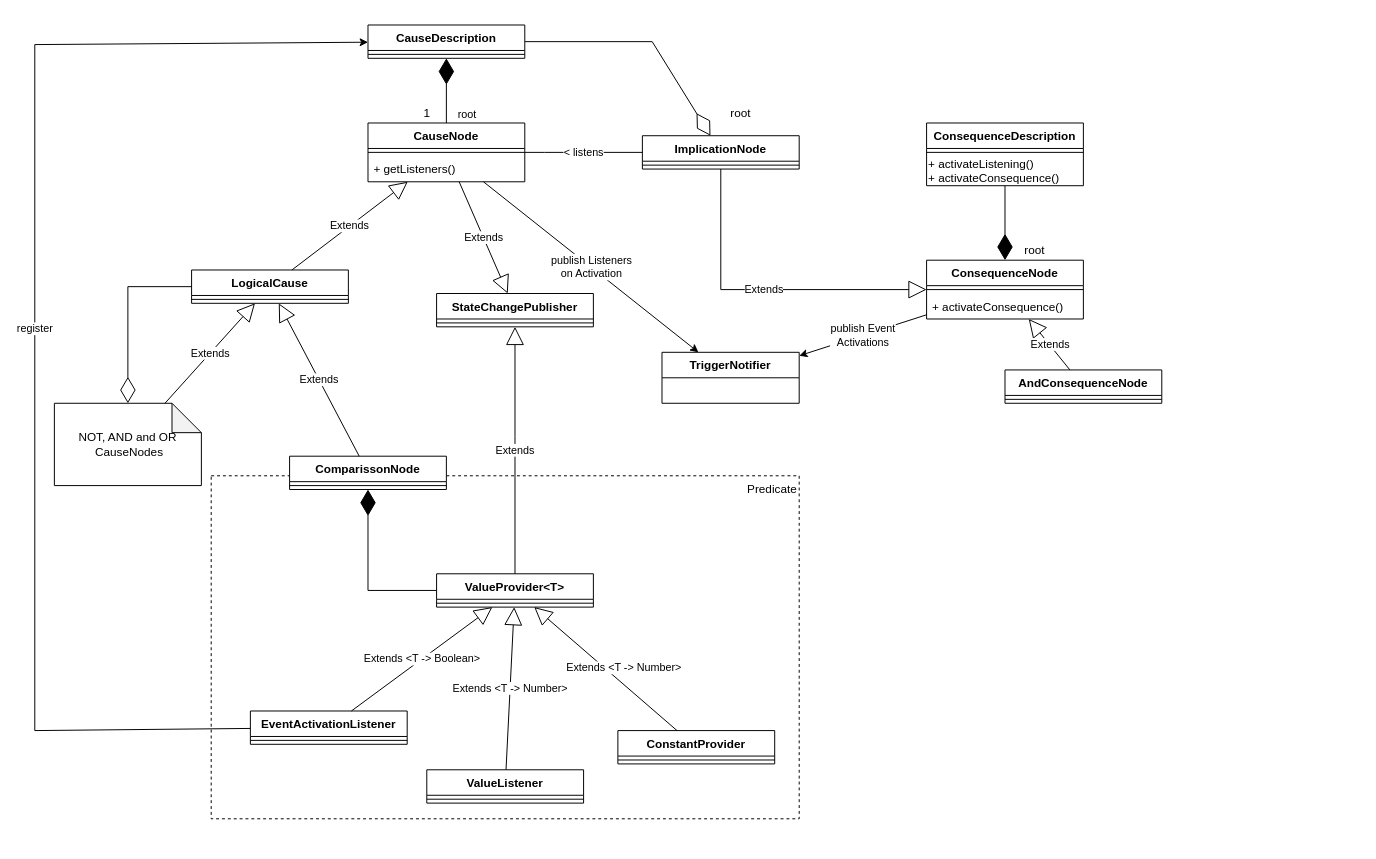
Cambio-Project/TL-Tea keeps this draw.io diagram as TLTeaInterprtationClasses.drawio. Above is the earlier version. Source tidied: cells renumbered, new cells numbered last; positions are measured from the earlier drawing's top-left corner, leaving out a move shared by most shapes. Both pictures are drawn from the tidied source at 98%, with x=0, y=0 at pixel (34, 24).
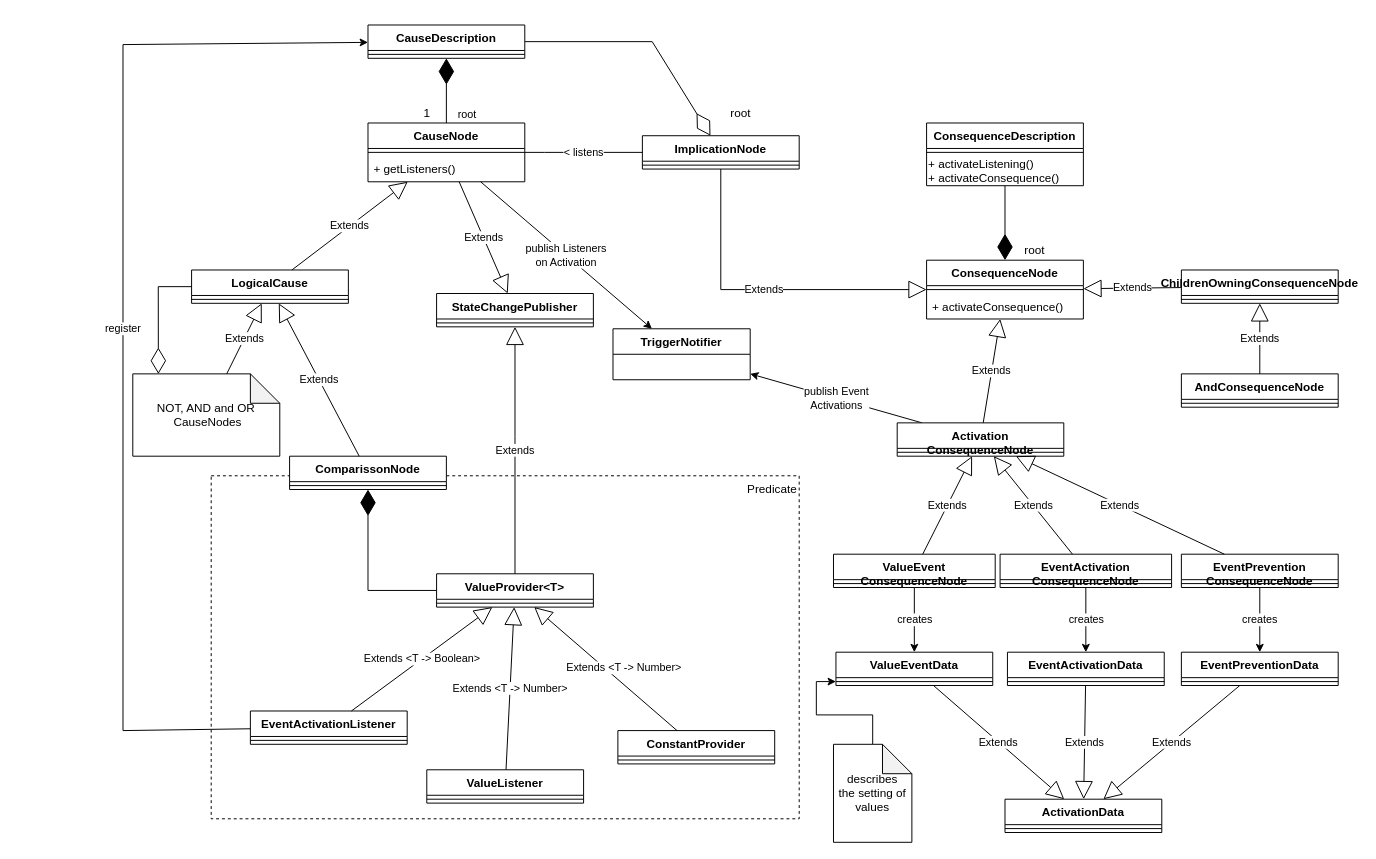
The same page after the edit.

Unchanged cells that the change refers to:
```xml
<mxCell id="6" value="ConsequenceNode" style="swimlane;fontStyle=1;align=center;verticalAlign=top;horizontal=1;startSize=26;" parent="1" vertex="1">
  <mxGeometry x="910" y="240" width="160" height="60" as="geometry" />
</mxCell>
<mxCell id="10" value="LogicalCause" style="swimlane;fontStyle=1;align=center;verticalAlign=top;horizontal=1;startSize=26;" parent="1" vertex="1">
  <mxGeometry x="160" y="250" width="160" height="34" as="geometry" />
</mxCell>
<mxCell id="30" value="EventActivationListener" style="swimlane;fontStyle=1;align=center;verticalAlign=top;horizontal=1;startSize=26;" parent="1" vertex="1">
  <mxGeometry x="220" y="700" width="160" height="34" as="geometry" />
</mxCell>
<mxCell id="47" value="CauseDescription" style="swimlane;fontStyle=1;align=center;verticalAlign=top;horizontal=1;startSize=26;fillColor=default;" parent="1" vertex="1">
  <mxGeometry x="340" width="160" height="34" as="geometry" />
</mxCell>
```

Change to the diagram source:
```diff
@@
     <mxCell id="9" value="TriggerNotifier" style="swimlane;fontStyle=1;horizontal=1;startSize=26;fillColor=none;" parent="1" vertex="1">
-      <mxGeometry x="640" y="334" width="140" height="52" as="geometry" />
+      <mxGeometry x="590" y="310" width="140" height="52" as="geometry" />
     </mxCell>
@@
     <mxCell id="14" value="NOT, AND and OR&lt;br&gt;&amp;nbsp;CauseNodes" style="shape=note;whiteSpace=wrap;html=1;backgroundOutline=1;darkOpacity=0.05;" parent="1" vertex="1">
-      <mxGeometry x="20" y="386" width="150" height="84" as="geometry" />
+      <mxGeometry x="100" y="356" width="150" height="84" as="geometry" />
     </mxCell>
@@
-    <mxCell id="33" style="endArrow=diamondThin;endFill=0;endSize=24;html=1;rounded=0;" parent="1" edge="1" source="10" target="14">
+    <mxCell id="33" style="endArrow=diamondThin;endFill=0;endSize=24;html=1;rounded=0;entryX=0.174;entryY=0.001;entryDx=0;entryDy=0;entryPerimeter=0;" parent="1" edge="1" source="10" target="14">
       <mxGeometry relative="1" as="geometry">
         <Array as="points">
-          <mxPoint x="95" y="267" />
+          <mxPoint x="126" y="267" />
         </Array>
       </mxGeometry>
     </mxCell>
@@
     <mxCell id="35" value="AndConsequenceNode" style="swimlane;fontStyle=1;align=center;verticalAlign=top;horizontal=1;startSize=26;" parent="1" vertex="1">
-      <mxGeometry x="990" y="352" width="160" height="34" as="geometry" />
+      <mxGeometry x="1170" y="356" width="160" height="34" as="geometry" />
     </mxCell>
@@
-    <mxCell id="37" value="Extends" style="endArrow=block;endSize=16;endFill=0;html=1;rounded=0;" parent="1" edge="1" source="35" target="6">
+    <mxCell id="37" value="Extends" style="endArrow=block;endSize=16;endFill=0;html=1;rounded=0;" parent="1" edge="1" source="35" target="84">
       <mxGeometry relative="1" as="geometry" />
     </mxCell>
@@
-    <mxCell id="55" value="publish Event&lt;br&gt;Activations" style="endArrow=classic;html=1;rounded=0;" parent="1" edge="1" source="6" target="9">
+    <mxCell id="55" value="publish Event&lt;br&gt;Activations" style="endArrow=classic;html=1;rounded=0;" parent="1" edge="1" source="58" target="9">
       <mxGeometry relative="1" as="geometry" />
     </mxCell>
     <mxCell id="56" value="register" style="endArrow=classic;html=1;rounded=0;" parent="1" edge="1" source="30" target="47">
       <mxGeometry relative="1" as="geometry">
         <Array as="points">
-          <mxPoint y="720" />
-          <mxPoint y="20" />
+          <mxPoint x="90" y="720" />
+          <mxPoint x="90" y="20" />
         </Array>
       </mxGeometry>
     </mxCell>
@@
+    <mxCell id="58" value="Activation&#10;ConsequenceNode" style="swimlane;fontStyle=1;align=center;verticalAlign=top;horizontal=1;startSize=26;" parent="1" vertex="1">
+      <mxGeometry x="880" y="406" width="170" height="34" as="geometry" />
+    </mxCell>
+    <mxCell id="59" style="line;strokeWidth=1;fillColor=none;align=left;verticalAlign=middle;spacingTop=-1;spacingLeft=3;spacingRight=3;labelPosition=right;" parent="58" vertex="1">
+      <mxGeometry y="26" width="170" height="8" as="geometry" />
+    </mxCell>
+    <mxCell id="60" value="Extends" style="endArrow=block;endSize=16;endFill=0;html=1;rounded=0;" parent="1" edge="1" source="58" target="6">
+      <mxGeometry relative="1" as="geometry" />
+    </mxCell>
+    <mxCell id="61" value="EventPreventionData" style="swimlane;fontStyle=1;align=center;verticalAlign=top;horizontal=1;startSize=26;" parent="1" vertex="1">
+      <mxGeometry x="1170" y="640" width="160" height="34" as="geometry" />
+    </mxCell>
+    <mxCell id="62" style="line;strokeWidth=1;fillColor=none;align=left;verticalAlign=middle;spacingTop=-1;spacingLeft=3;spacingRight=3;labelPosition=right;" parent="61" vertex="1">
+      <mxGeometry y="26" width="160" height="8" as="geometry" />
+    </mxCell>
+    <mxCell id="63" value="EventActivationData" style="swimlane;fontStyle=1;align=center;verticalAlign=top;horizontal=1;startSize=26;" parent="1" vertex="1">
+      <mxGeometry x="992.5" y="640" width="160" height="34" as="geometry" />
+    </mxCell>
+    <mxCell id="64" style="line;strokeWidth=1;fillColor=none;align=left;verticalAlign=middle;spacingTop=-1;spacingLeft=3;spacingRight=3;labelPosition=right;" parent="63" vertex="1">
+      <mxGeometry y="26" width="160" height="8" as="geometry" />
+    </mxCell>
+    <mxCell id="65" value="ValueEventData" style="swimlane;fontStyle=1;align=center;verticalAlign=top;horizontal=1;startSize=26;" parent="1" vertex="1">
+      <mxGeometry x="817.5" y="640" width="160" height="34" as="geometry" />
+    </mxCell>
+    <mxCell id="66" style="line;strokeWidth=1;fillColor=none;align=left;verticalAlign=middle;spacingTop=-1;spacingLeft=3;spacingRight=3;labelPosition=right;points=[];portConstraint=eastwest;" parent="65" vertex="1">
+      <mxGeometry y="26" width="160" height="8" as="geometry" />
+    </mxCell>
+    <mxCell id="67" value="ActivationData" style="swimlane;fontStyle=1;align=center;verticalAlign=top;horizontal=1;startSize=26;" parent="1" vertex="1">
+      <mxGeometry x="990" y="790" width="160" height="34" as="geometry" />
+    </mxCell>
+    <mxCell id="68" style="line;strokeWidth=1;fillColor=none;align=left;verticalAlign=middle;spacingTop=-1;spacingLeft=3;spacingRight=3;labelPosition=right;" parent="67" vertex="1">
+      <mxGeometry y="26" width="160" height="8" as="geometry" />
+    </mxCell>
+    <mxCell id="69" value="Extends" style="endArrow=block;endSize=16;endFill=0;html=1;rounded=0;" parent="1" edge="1" source="65" target="67">
+      <mxGeometry relative="1" as="geometry" />
+    </mxCell>
+    <mxCell id="70" value="Extends" style="endArrow=block;endSize=16;endFill=0;html=1;rounded=0;" parent="1" edge="1" source="63" target="67">
+      <mxGeometry relative="1" as="geometry" />
+    </mxCell>
+    <mxCell id="71" value="Extends" style="endArrow=block;endSize=16;endFill=0;html=1;rounded=0;" parent="1" edge="1" source="61" target="67">
+      <mxGeometry relative="1" as="geometry" />
+    </mxCell>
+    <mxCell id="72" value="EventPrevention&#10;ConsequenceNode" style="swimlane;fontStyle=1;align=center;verticalAlign=top;horizontal=1;startSize=26;" parent="1" vertex="1">
+      <mxGeometry x="1170" y="540" width="160" height="34" as="geometry" />
+    </mxCell>
+    <mxCell id="73" style="line;strokeWidth=1;fillColor=none;align=left;verticalAlign=middle;spacingTop=-1;spacingLeft=3;spacingRight=3;labelPosition=right;" parent="72" vertex="1">
+      <mxGeometry y="26" width="160" height="8" as="geometry" />
+    </mxCell>
+    <mxCell id="74" value="EventActivation&#10;ConsequenceNode" style="swimlane;fontStyle=1;align=center;verticalAlign=top;horizontal=1;startSize=26;" parent="1" vertex="1">
+      <mxGeometry x="985" y="540" width="175" height="34" as="geometry" />
+    </mxCell>
+    <mxCell id="75" style="line;strokeWidth=1;fillColor=none;align=left;verticalAlign=middle;spacingTop=-1;spacingLeft=3;spacingRight=3;labelPosition=right;" parent="74" vertex="1">
+      <mxGeometry y="26" width="175" height="8" as="geometry" />
+    </mxCell>
+    <mxCell id="76" value="ValueEvent&#10;ConsequenceNode" style="swimlane;fontStyle=1;align=center;verticalAlign=top;horizontal=1;startSize=26;" parent="1" vertex="1">
+      <mxGeometry x="815" y="540" width="165" height="34" as="geometry" />
+    </mxCell>
+    <mxCell id="77" style="line;strokeWidth=1;fillColor=none;align=left;verticalAlign=middle;spacingTop=-1;spacingLeft=3;spacingRight=3;labelPosition=right;" parent="76" vertex="1">
+      <mxGeometry y="26" width="165" height="8" as="geometry" />
+    </mxCell>
+    <mxCell id="78" value="Extends" style="endArrow=block;endSize=16;endFill=0;html=1;rounded=0;" parent="1" edge="1" source="72" target="58">
+      <mxGeometry relative="1" as="geometry" />
+    </mxCell>
+    <mxCell id="79" value="Extends" style="endArrow=block;endSize=16;endFill=0;html=1;rounded=0;" parent="1" edge="1" source="74" target="58">
+      <mxGeometry relative="1" as="geometry" />
+    </mxCell>
+    <mxCell id="80" value="Extends" style="endArrow=block;endSize=16;endFill=0;html=1;rounded=0;" parent="1" edge="1" source="76" target="58">
+      <mxGeometry relative="1" as="geometry" />
+    </mxCell>
+    <mxCell id="81" value="creates" style="endArrow=classic;html=1;rounded=0;" parent="1" edge="1" source="76" target="65">
+      <mxGeometry relative="1" as="geometry" />
+    </mxCell>
+    <mxCell id="82" value="creates" style="endArrow=classic;html=1;rounded=0;" parent="1" edge="1" source="74" target="63">
+      <mxGeometry relative="1" as="geometry" />
+    </mxCell>
+    <mxCell id="83" value="creates" style="endArrow=classic;html=1;rounded=0;" parent="1" edge="1" source="72" target="61">
+      <mxGeometry relative="1" as="geometry" />
+    </mxCell>
+    <mxCell id="84" value="ChildrenOwningConsequenceNode" style="swimlane;fontStyle=1;align=center;verticalAlign=top;horizontal=1;startSize=26;" parent="1" vertex="1">
+      <mxGeometry x="1170" y="250" width="160" height="34" as="geometry" />
+    </mxCell>
+    <mxCell id="85" style="line;strokeWidth=1;fillColor=none;align=left;verticalAlign=middle;spacingTop=-1;spacingLeft=3;spacingRight=3;labelPosition=right;" parent="84" vertex="1">
+      <mxGeometry y="26" width="160" height="8" as="geometry" />
+    </mxCell>
+    <mxCell id="86" value="Extends" style="endArrow=block;endSize=16;endFill=0;html=1;rounded=0;" parent="1" edge="1" source="84" target="6">
+      <mxGeometry relative="1" as="geometry" />
+    </mxCell>
+    <mxCell id="87" style="edgeStyle=orthogonalEdgeStyle;rounded=0;jettySize=auto;html=1;" parent="1" edge="1" source="88" target="66">
+      <mxGeometry relative="1" as="geometry" />
+    </mxCell>
+    <mxCell id="88" value="describes&lt;br&gt;the setting of values" style="shape=note;whiteSpace=wrap;html=1;backgroundOutline=1;darkOpacity=0.05;" parent="1" vertex="1">
+      <mxGeometry x="815" y="734" width="80" height="100" as="geometry" />
+    </mxCell>
```
